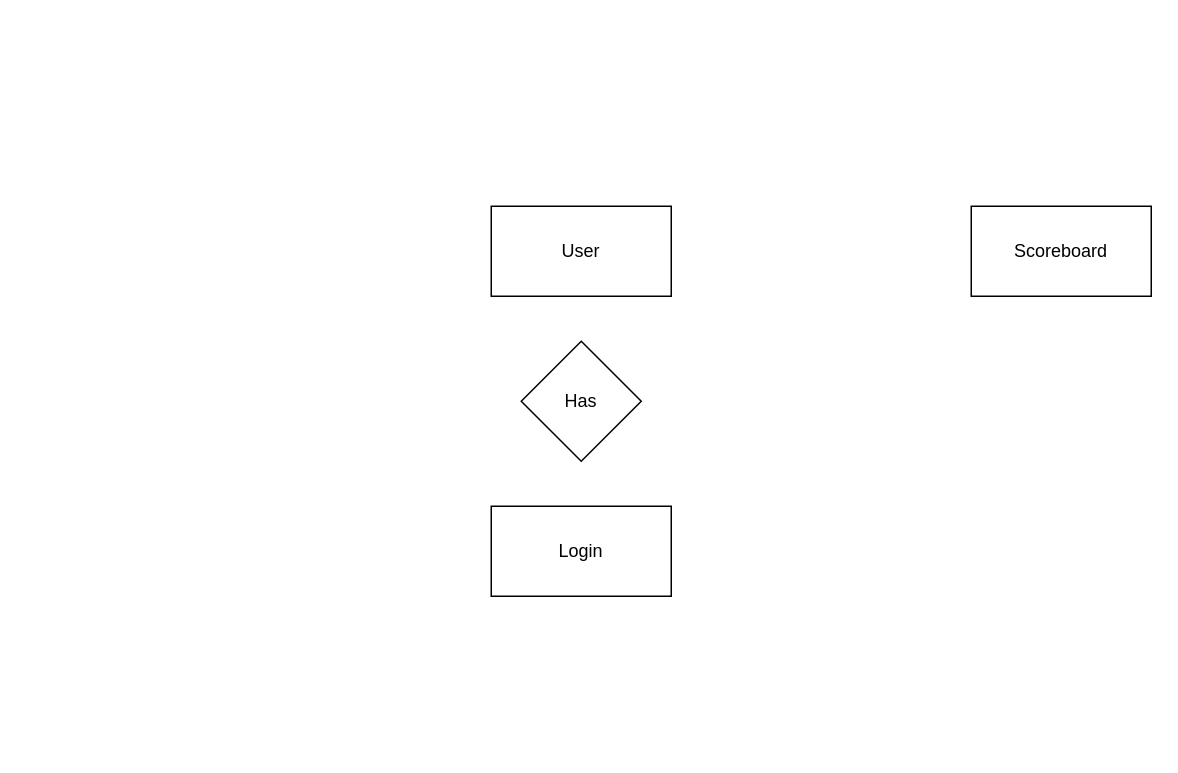
Above: CITS3403-ERD.drawio in mattshroom/Agile-Project-2022 (draw.io), before the change. Source tidied: cells renumbered, new cells numbered last; positions are measured from the earlier drawing's top-left corner, leaving out a move shared by most shapes. Both pictures are drawn from the tidied source at 150%, with x=0, y=0 at pixel (490, 206).
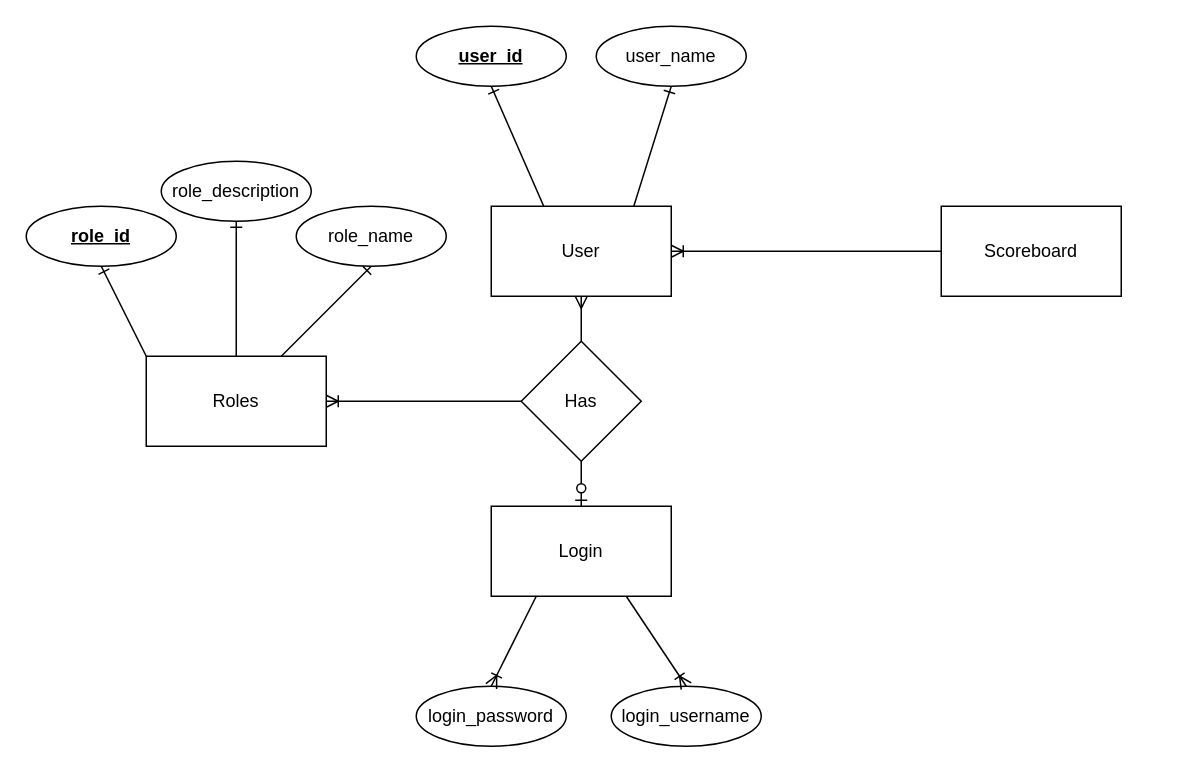
After the change.

The change refers to these unchanged cells:
```xml
<mxCell id="2" value="User" style="rounded=0;whiteSpace=wrap;html=1;fillColor=default;" parent="1" vertex="1">
  <mxGeometry width="120" height="60" as="geometry" />
</mxCell>
<mxCell id="4" value="&lt;div&gt;Has&lt;/div&gt;" style="rhombus;whiteSpace=wrap;html=1;fillColor=default;" parent="1" vertex="1">
  <mxGeometry x="20" y="90" width="80" height="80" as="geometry" />
</mxCell>
<mxCell id="5" value="Login" style="rounded=0;whiteSpace=wrap;html=1;fillColor=default;" parent="1" vertex="1">
  <mxGeometry y="200" width="120" height="60" as="geometry" />
</mxCell>
```

Change to the diagram source:
```diff
@@
     <mxCell id="3" value="Scoreboard" style="rounded=0;whiteSpace=wrap;html=1;fillColor=default;" parent="1" vertex="1">
-      <mxGeometry x="320" width="120" height="60" as="geometry" />
+      <mxGeometry x="300" width="120" height="60" as="geometry" />
     </mxCell>
@@
+    <mxCell id="6" style="fontSize=12;html=1;endArrow=ERoneToMany;rounded=0;exitX=0;exitY=0.5;exitDx=0;exitDy=0;entryX=1;entryY=0.5;entryDx=0;entryDy=0;" parent="1" edge="1" source="3" target="2">
+      <mxGeometry relative="1" as="geometry" />
+    </mxCell>
+    <mxCell id="7" style="fontSize=12;html=1;endArrow=ERzeroToOne;endFill=1;rounded=0;entryX=0.5;entryY=0;entryDx=0;entryDy=0;exitX=0.5;exitY=1;exitDx=0;exitDy=0;" parent="1" edge="1" source="4" target="5">
+      <mxGeometry relative="1" as="geometry" />
+    </mxCell>
+    <mxCell id="8" style="fontSize=12;html=1;endArrow=ERmany;rounded=0;entryX=0.5;entryY=1;entryDx=0;entryDy=0;exitX=0.5;exitY=0;exitDx=0;exitDy=0;" parent="1" edge="1" source="4" target="2">
+      <mxGeometry relative="1" as="geometry" />
+    </mxCell>
+    <mxCell id="9" value="user_name" style="ellipse;whiteSpace=wrap;html=1;align=center;" parent="1" vertex="1">
+      <mxGeometry x="70" y="-120" width="100" height="40" as="geometry" />
+    </mxCell>
+    <mxCell id="10" value="&lt;b&gt;&lt;u&gt;user_id&lt;/u&gt;&lt;/b&gt;" style="ellipse;whiteSpace=wrap;html=1;align=center;" parent="1" vertex="1">
+      <mxGeometry x="-50" y="-120" width="100" height="40" as="geometry" />
+    </mxCell>
+    <mxCell id="11" style="fontSize=12;html=1;endArrow=ERone;endFill=1;rounded=0;entryX=0.5;entryY=1;entryDx=0;entryDy=0;exitX=0.25;exitY=0;exitDx=0;exitDy=0;" parent="1" edge="1" target="10">
+      <mxGeometry relative="1" as="geometry">
+        <mxPoint x="35" as="sourcePoint" />
+      </mxGeometry>
+    </mxCell>
+    <mxCell id="12" style="fontSize=12;html=1;endArrow=ERone;endFill=1;rounded=0;entryX=0.5;entryY=1;entryDx=0;entryDy=0;exitX=0.75;exitY=0;exitDx=0;exitDy=0;" parent="1" edge="1" target="9">
+      <mxGeometry relative="1" as="geometry">
+        <mxPoint x="95" as="sourcePoint" />
+      </mxGeometry>
+    </mxCell>
+    <mxCell id="13" value="Roles" style="rounded=0;whiteSpace=wrap;html=1;fillColor=default;" parent="1" vertex="1">
+      <mxGeometry x="-230" y="100" width="120" height="60" as="geometry" />
+    </mxCell>
+    <mxCell id="14" style="fontSize=12;html=1;endArrow=ERoneToMany;rounded=0;entryX=1;entryY=0.5;entryDx=0;entryDy=0;exitX=0;exitY=0.5;exitDx=0;exitDy=0;" parent="1" edge="1" source="4" target="13">
+      <mxGeometry relative="1" as="geometry" />
+    </mxCell>
+    <mxCell id="15" value="&lt;b&gt;&lt;u&gt;role_id&lt;/u&gt;&lt;/b&gt;" style="ellipse;whiteSpace=wrap;html=1;align=center;" parent="1" vertex="1">
+      <mxGeometry x="-310" width="100" height="40" as="geometry" />
+    </mxCell>
+    <mxCell id="16" style="fontSize=12;html=1;endArrow=ERone;endFill=1;rounded=0;entryX=0.5;entryY=1;entryDx=0;entryDy=0;exitX=0.25;exitY=0;exitDx=0;exitDy=0;" parent="1" edge="1" target="15">
+      <mxGeometry relative="1" as="geometry">
+        <mxPoint x="-230" y="100" as="sourcePoint" />
+      </mxGeometry>
+    </mxCell>
+    <mxCell id="17" value="role_description" style="ellipse;whiteSpace=wrap;html=1;align=center;" parent="1" vertex="1">
+      <mxGeometry x="-220" y="-30" width="100" height="40" as="geometry" />
+    </mxCell>
+    <mxCell id="18" style="fontSize=12;html=1;endArrow=ERone;endFill=1;rounded=0;entryX=0.5;entryY=1;entryDx=0;entryDy=0;exitX=0.5;exitY=0;exitDx=0;exitDy=0;" parent="1" edge="1" source="13" target="17">
+      <mxGeometry relative="1" as="geometry" />
+    </mxCell>
+    <mxCell id="19" value="&lt;div&gt;role_name&lt;/div&gt;" style="ellipse;whiteSpace=wrap;html=1;align=center;" parent="1" vertex="1">
+      <mxGeometry x="-130" width="100" height="40" as="geometry" />
+    </mxCell>
+    <mxCell id="20" style="fontSize=12;html=1;endArrow=ERone;endFill=1;rounded=0;exitX=0.75;exitY=0;exitDx=0;exitDy=0;entryX=0.5;entryY=1;entryDx=0;entryDy=0;" parent="1" edge="1" source="13" target="19">
+      <mxGeometry relative="1" as="geometry" />
+    </mxCell>
+    <mxCell id="21" value="login_password" style="ellipse;whiteSpace=wrap;html=1;align=center;" parent="1" vertex="1">
+      <mxGeometry x="-50" y="320" width="100" height="40" as="geometry" />
+    </mxCell>
+    <mxCell id="22" value="&lt;div&gt;login_username&lt;/div&gt;" style="ellipse;whiteSpace=wrap;html=1;align=center;rotation=0;" parent="1" vertex="1">
+      <mxGeometry x="80" y="320" width="100" height="40" as="geometry" />
+    </mxCell>
+    <mxCell id="23" style="fontSize=12;html=1;endArrow=ERoneToMany;rounded=0;exitX=0.75;exitY=1;exitDx=0;exitDy=0;entryX=0.5;entryY=0;entryDx=0;entryDy=0;" parent="1" edge="1" source="5" target="22">
+      <mxGeometry relative="1" as="geometry" />
+    </mxCell>
+    <mxCell id="24" style="fontSize=12;html=1;endArrow=ERoneToMany;rounded=0;exitX=0.25;exitY=1;exitDx=0;exitDy=0;entryX=0.5;entryY=0;entryDx=0;entryDy=0;" parent="1" edge="1" source="5">
+      <mxGeometry relative="1" as="geometry">
+        <mxPoint y="320" as="targetPoint" />
+      </mxGeometry>
+    </mxCell>
```
